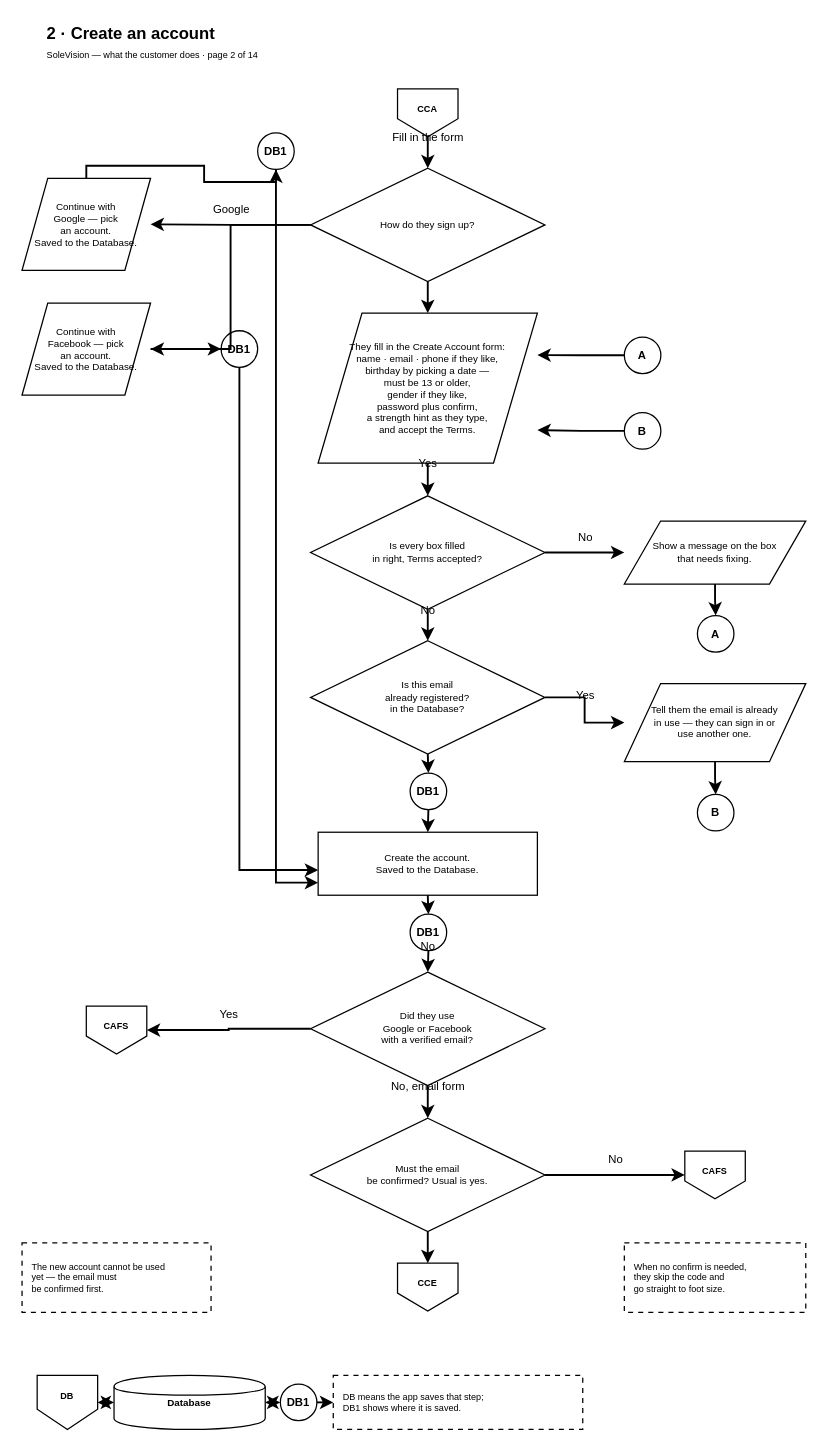
kibs06/CUF keeps this draw.io diagram as page "2 Create an account" (2 of 14) of docs/diagrams/customer-journey-flowchart.drawio. Above is the earlier version. Source tidied: cells renumbered, new cells numbered last; positions are measured from the earlier drawing's top-left corner, leaving out a move shared by most shapes. Both pictures are drawn from the tidied source at 126%, with x=0, y=0 at pixel (21, 21).
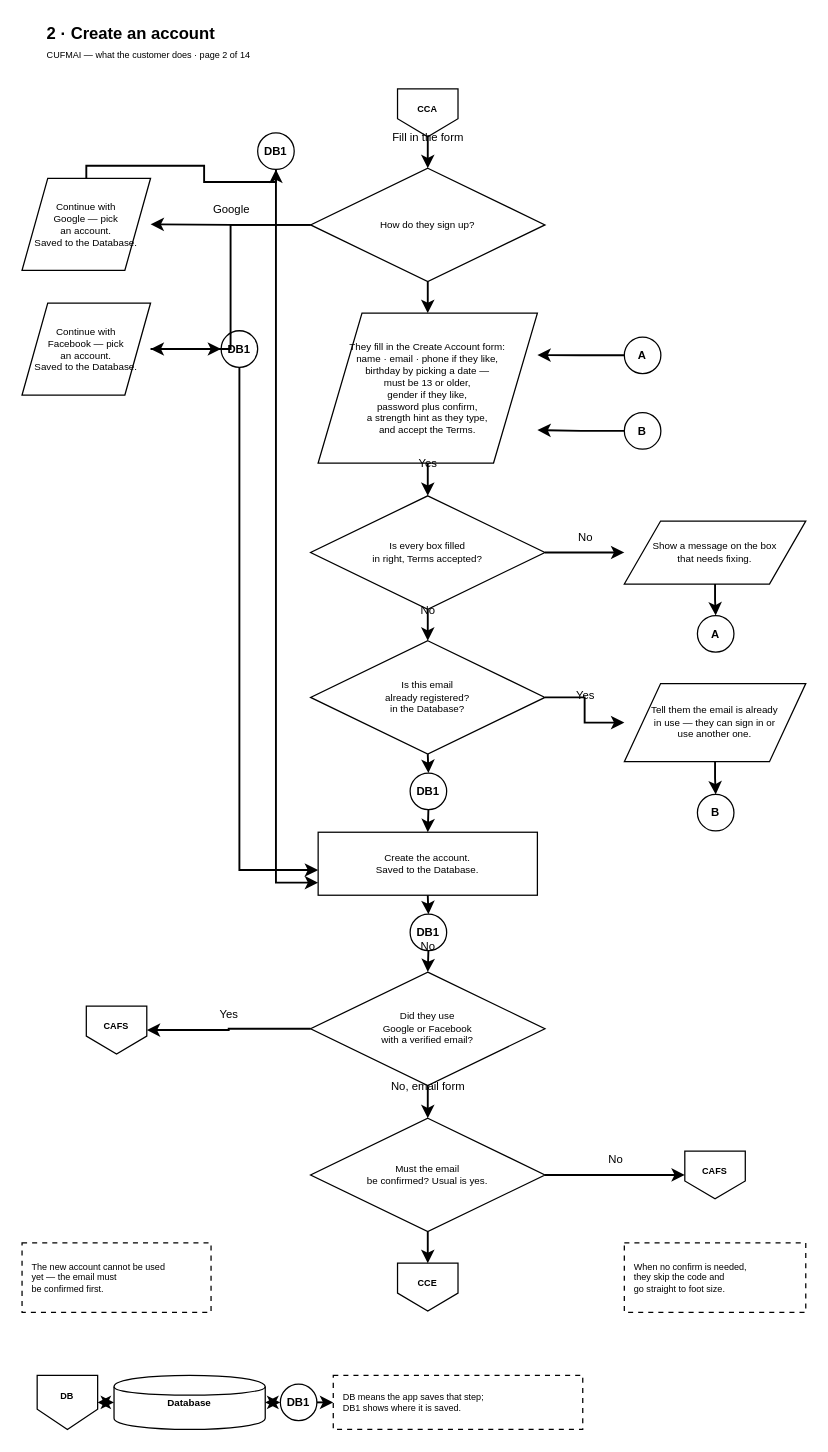
The same page after the edit.

What changed in the source:
```diff
@@
-    <mxCell id="32" value="SoleVision — what the customer does · page 2 of 14" style="text;html=1;fontSize=7.2;align=left;verticalAlign=middle;fontColor=light-dark(#000000,#FFFFFF);" parent="1" vertex="1">
+    <mxCell id="32" value="CUFMAI — what the customer does · page 2 of 14" style="text;html=1;fontSize=7.2;align=left;verticalAlign=middle;fontColor=light-dark(#000000,#FFFFFF);" parent="1" vertex="1">
       <mxGeometry x="18" y="20" width="421" height="14" as="geometry" />
     </mxCell>
```
